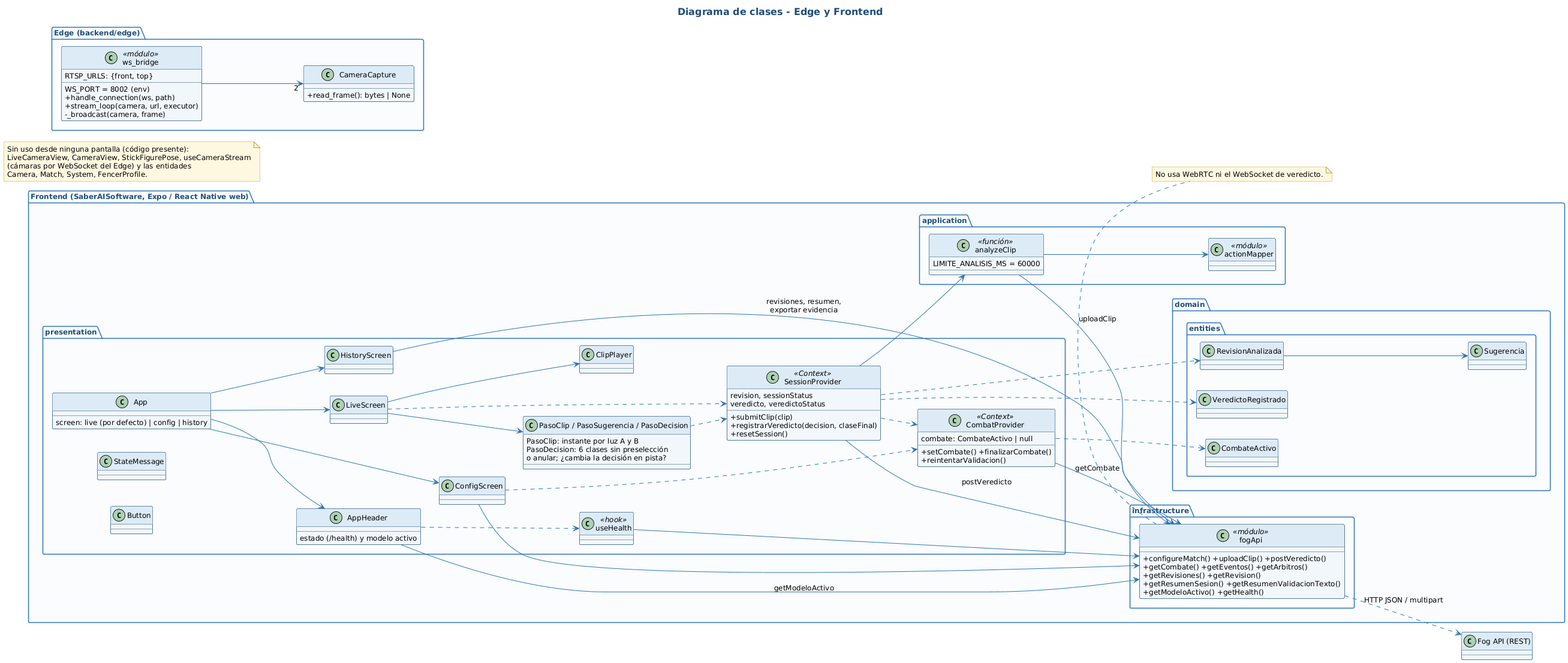
Above: docs/uml/UML3_Clases_Edge_Frontend.png in nicolaszagal/SaberAITesis (PlantUML), before the change.
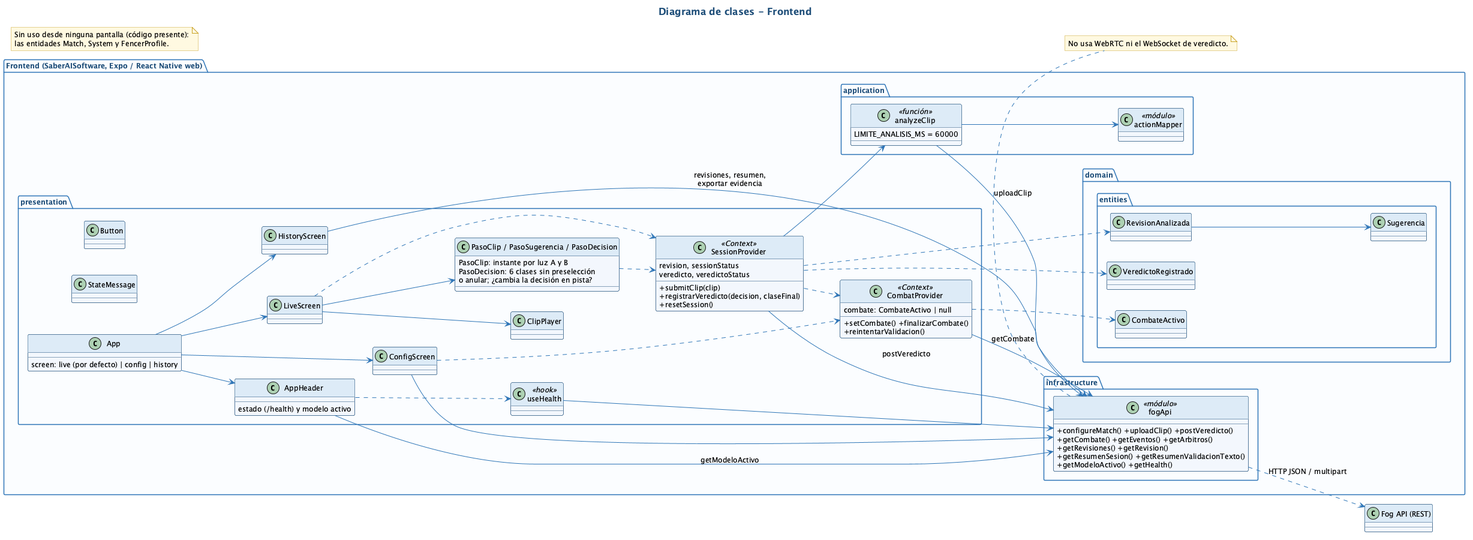
After the commit.

Commit message:
docs(LIMPIEZA01): regenera los PNG de UML3 y de despliegue sin Edge, cámara ni Favero

The edit, as a diff of the source:
```diff
@@ -1,20 +1,7 @@
 @startuml
 !include skin.iuml
-title Diagrama de clases - Edge y Frontend
+title Diagrama de clases - Frontend
 left to right direction
-package "Edge (backend/edge)" {
-  class ws_bridge <<módulo>> {
-    RTSP_URLS: {front, top}
-    WS_PORT = 8002 (env)
-    +handle_connection(ws, path)
-    +stream_loop(camera, url, executor)
-    -_broadcast(camera, frame)
-  }
-  class CameraCapture {
-    +read_frame(): bytes | None
-  }
-  ws_bridge --> "2" CameraCapture
-}
 package "Frontend (SaberAISoftware, Expo / React Native web)" {
   package "presentation" {
     class App {
@@ -98,8 +85,6 @@
 note bottom of fogApi : No usa WebRTC ni el WebSocket de veredicto.
 note as N1
   Sin uso desde ninguna pantalla (código presente):
-  LiveCameraView, CameraView, StickFigurePose, useCameraStream
-  (cámaras por WebSocket del Edge) y las entidades
-  Camera, Match, System, FencerProfile.
+  las entidades Match, System y FencerProfile.
 end note
 @enduml
```
